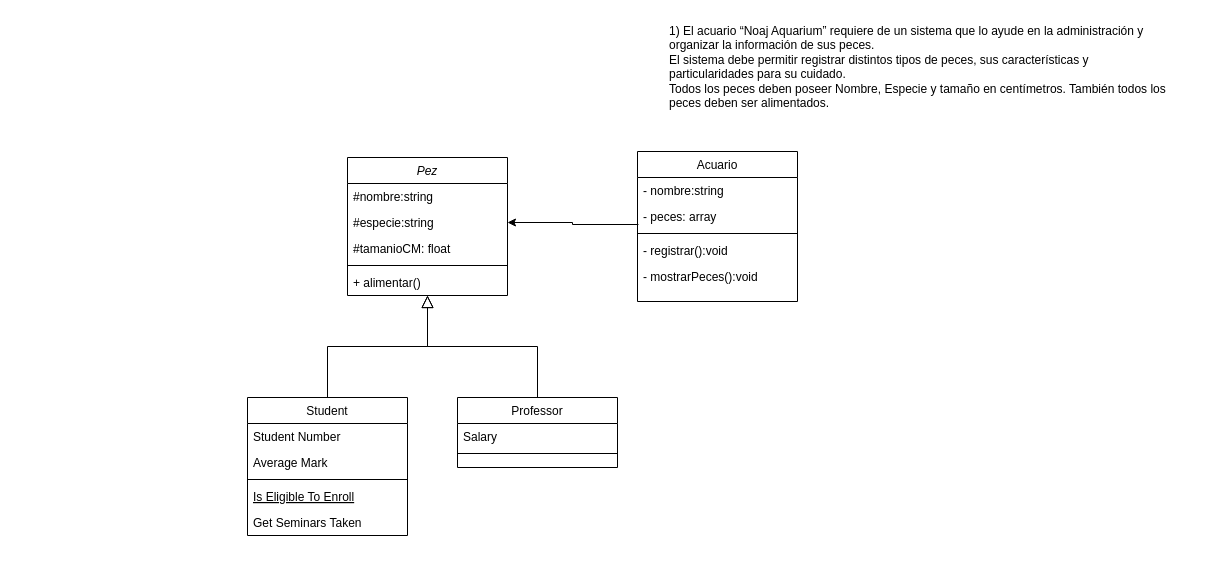
The draw.io diagram DesarrolloOrientadoObjetos/ejerciciosObligatorios6/Acuario.drawio in monick96/PracticeCsharp, before the edit. Source tidied: cells renumbered, new cells numbered last; positions are measured from the earlier drawing's top-left corner, leaving out a move shared by most shapes. Both pictures are drawn from the tidied source at 100%, with x=0, y=0 at pixel (247, 17).
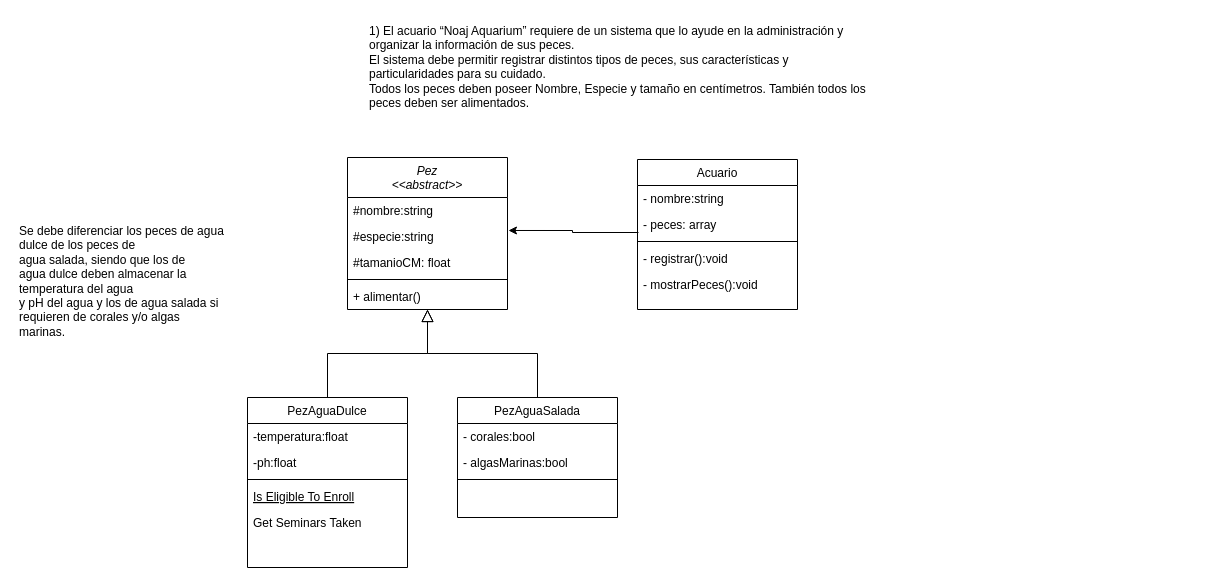
After the change.

Unchanged cells that the change refers to:
```xml
<mxCell id="21" value="- peces: array" style="text;align=left;verticalAlign=top;spacingLeft=4;spacingRight=4;overflow=hidden;points=[[0,0.5],[1,0.5]];portConstraint=eastwest;rounded=0;shadow=0;html=0;" parent="19" vertex="1">
  <mxGeometry y="52" width="160" height="26" as="geometry" />
</mxCell>
```

What changed in the source:
```diff
@@
-    <mxCell id="2" value="Pez" style="swimlane;fontStyle=2;align=center;verticalAlign=top;horizontal=1;startSize=26;rounded=0;shadow=0;strokeWidth=1;" parent="1" vertex="1">
-      <mxGeometry x="100" y="140" width="160" height="138" as="geometry" />
+    <mxCell id="2" value="Pez&#10;&lt;&lt;abstract&gt;&gt;" style="swimlane;fontStyle=2;align=center;verticalAlign=top;horizontal=1;startSize=40;rounded=0;shadow=0;strokeWidth=1;" parent="1" vertex="1">
+      <mxGeometry x="100" y="140" width="160" height="152" as="geometry" />
     </mxCell>
     <mxCell id="3" value="#nombre:string" style="text;align=left;verticalAlign=top;spacingLeft=4;spacingRight=4;overflow=hidden;" parent="2" vertex="1">
-      <mxGeometry y="26" width="160" height="26" as="geometry" />
+      <mxGeometry y="40" width="160" height="26" as="geometry" />
     </mxCell>
     <mxCell id="4" value="#especie:string" style="text;align=left;verticalAlign=top;spacingLeft=4;spacingRight=4;overflow=hidden;points=[[0,0.5],[1,0.5]];portConstraint=eastwest;rounded=0;shadow=0;html=0;" parent="2" vertex="1">
-      <mxGeometry y="52" width="160" height="26" as="geometry" />
+      <mxGeometry y="66" width="160" height="26" as="geometry" />
     </mxCell>
     <mxCell id="5" value="#tamanioCM: float" style="text;align=left;verticalAlign=top;spacingLeft=4;spacingRight=4;overflow=hidden;rounded=0;shadow=0;html=0;" parent="2" vertex="1">
-      <mxGeometry y="78" width="160" height="26" as="geometry" />
+      <mxGeometry y="92" width="160" height="26" as="geometry" />
     </mxCell>
     <mxCell id="6" style="line;html=1;strokeWidth=1;align=left;verticalAlign=middle;spacingTop=-1;spacingLeft=3;spacingRight=3;labelPosition=right;" parent="2" vertex="1">
-      <mxGeometry y="104" width="160" height="8" as="geometry" />
+      <mxGeometry y="118" width="160" height="8" as="geometry" />
     </mxCell>
     <mxCell id="7" value="+ alimentar()" style="text;align=left;verticalAlign=top;spacingLeft=4;spacingRight=4;overflow=hidden;" parent="2" vertex="1">
-      <mxGeometry y="112" width="160" height="26" as="geometry" />
+      <mxGeometry y="126" width="160" height="26" as="geometry" />
     </mxCell>
-    <mxCell id="8" value="Student" style="swimlane;fontStyle=0;align=center;verticalAlign=top;horizontal=1;startSize=26;rounded=0;shadow=0;strokeWidth=1;" parent="1" vertex="1">
-      <mxGeometry y="380" width="160" height="138" as="geometry" />
+    <mxCell id="8" value="PezAguaDulce" style="swimlane;fontStyle=0;align=center;verticalAlign=top;horizontal=1;startSize=26;rounded=0;shadow=0;strokeWidth=1;" parent="1" vertex="1">
+      <mxGeometry y="380" width="160" height="170" as="geometry" />
     </mxCell>
-    <mxCell id="9" value="Student Number" style="text;align=left;verticalAlign=top;spacingLeft=4;spacingRight=4;overflow=hidden;" parent="8" vertex="1">
+    <mxCell id="9" value="-temperatura:float" style="text;align=left;verticalAlign=top;spacingLeft=4;spacingRight=4;overflow=hidden;" parent="8" vertex="1">
       <mxGeometry y="26" width="160" height="26" as="geometry" />
     </mxCell>
-    <mxCell id="10" value="Average Mark" style="text;align=left;verticalAlign=top;spacingLeft=4;spacingRight=4;overflow=hidden;rounded=0;shadow=0;html=0;" parent="8" vertex="1">
+    <mxCell id="10" value="-ph:float" style="text;align=left;verticalAlign=top;spacingLeft=4;spacingRight=4;overflow=hidden;rounded=0;shadow=0;html=0;" parent="8" vertex="1">
       <mxGeometry y="52" width="160" height="26" as="geometry" />
     </mxCell>
@@
-    <mxCell id="15" value="Professor" style="swimlane;fontStyle=0;align=center;verticalAlign=top;horizontal=1;startSize=26;rounded=0;shadow=0;strokeWidth=1;" parent="1" vertex="1">
-      <mxGeometry x="210" y="380" width="160" height="70" as="geometry" />
+    <mxCell id="15" value="PezAguaSalada" style="swimlane;fontStyle=0;align=center;verticalAlign=top;horizontal=1;startSize=26;rounded=0;shadow=0;strokeWidth=1;" parent="1" vertex="1">
+      <mxGeometry x="210" y="380" width="160" height="120" as="geometry" />
     </mxCell>
-    <mxCell id="16" value="Salary" style="text;align=left;verticalAlign=top;spacingLeft=4;spacingRight=4;overflow=hidden;" parent="15" vertex="1">
+    <mxCell id="16" value="- corales:bool" style="text;align=left;verticalAlign=top;spacingLeft=4;spacingRight=4;overflow=hidden;" parent="15" vertex="1">
       <mxGeometry y="26" width="160" height="26" as="geometry" />
     </mxCell>
+    <mxCell id="27" value="- algasMarinas:bool" style="text;align=left;verticalAlign=top;spacingLeft=4;spacingRight=4;overflow=hidden;" parent="15" vertex="1">
+      <mxGeometry y="52" width="160" height="26" as="geometry" />
+    </mxCell>
     <mxCell id="17" style="line;html=1;strokeWidth=1;align=left;verticalAlign=middle;spacingTop=-1;spacingLeft=3;spacingRight=3;labelPosition=right;" parent="15" vertex="1">
-      <mxGeometry y="52" width="160" height="8" as="geometry" />
+      <mxGeometry y="78" width="160" height="8" as="geometry" />
     </mxCell>
@@
     <mxCell id="19" value="Acuario" style="swimlane;fontStyle=0;align=center;verticalAlign=top;horizontal=1;startSize=26;rounded=0;shadow=0;strokeWidth=1;" parent="1" vertex="1">
-      <mxGeometry x="390" y="134" width="160" height="150" as="geometry" />
+      <mxGeometry x="390" y="142" width="160" height="150" as="geometry" />
     </mxCell>
@@
     <mxCell id="25" value="1) El acuario “Noaj Aquarium” requiere de un sistema que lo ayude en la administración y &#10;organizar la información de sus peces. &#10;El sistema debe permitir registrar distintos tipos de peces, sus características y &#10;particularidades para su cuidado. &#10;Todos los peces deben poseer Nombre, Especie y tamaño en centímetros. También todos los &#10;peces deben ser alimentados." style="text;whiteSpace=wrap;html=1;" parent="1" vertex="1">
-      <mxGeometry x="420" width="530" height="110" as="geometry" />
+      <mxGeometry x="120" width="530" height="110" as="geometry" />
     </mxCell>
-    <mxCell id="26" style="edgeStyle=orthogonalEdgeStyle;rounded=0;jettySize=auto;html=1;exitX=0.006;exitY=0.808;exitDx=0;exitDy=0;entryX=1;entryY=0.5;entryDx=0;entryDy=0;exitPerimeter=0;" parent="1" edge="1" source="21" target="4">
+    <mxCell id="26" style="edgeStyle=orthogonalEdgeStyle;rounded=0;jettySize=auto;html=1;exitX=0.006;exitY=0.808;exitDx=0;exitDy=0;entryX=1.006;entryY=0.269;entryDx=0;entryDy=0;exitPerimeter=0;entryPerimeter=0;" parent="1" edge="1" source="21" target="4">
       <mxGeometry relative="1" as="geometry" />
     </mxCell>
+    <mxCell id="28" value="Se debe diferenciar los peces de agua dulce de los peces de&amp;nbsp;&lt;div&gt;agua salada, siendo que los de&lt;br&gt;agua dulce deben almacenar la temperatura del agua&amp;nbsp;&lt;/div&gt;&lt;div&gt;y pH del agua y los de agua salada si&lt;br&gt;requieren de corales y/o algas marinas.&lt;/div&gt;" style="text;whiteSpace=wrap;html=1;" parent="1" vertex="1">
+      <mxGeometry x="-230" y="200" width="210" height="118" as="geometry" />
+    </mxCell>
```
